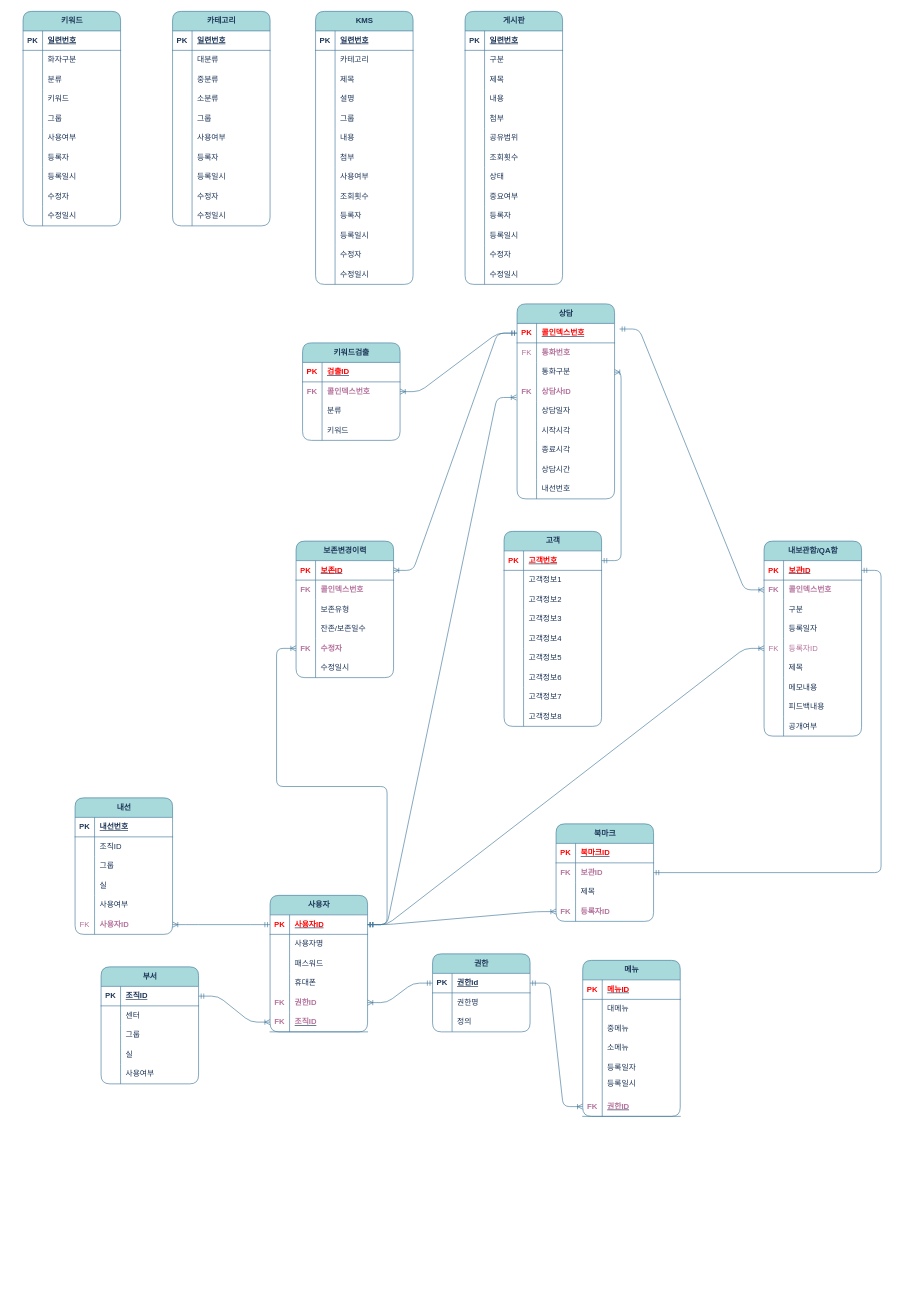
wishholic/ERD keeps this draw.io diagram as page "페이지-3" (3 of 3) of 제목 없는 다이어그램.drawio. Above is the earlier version. Source tidied: cells renumbered, new cells numbered last; positions are measured from the earlier drawing's top-left corner, leaving out a move shared by most shapes. Both pictures are drawn from the tidied source at 65%, with x=0, y=0 at pixel (23, 11).
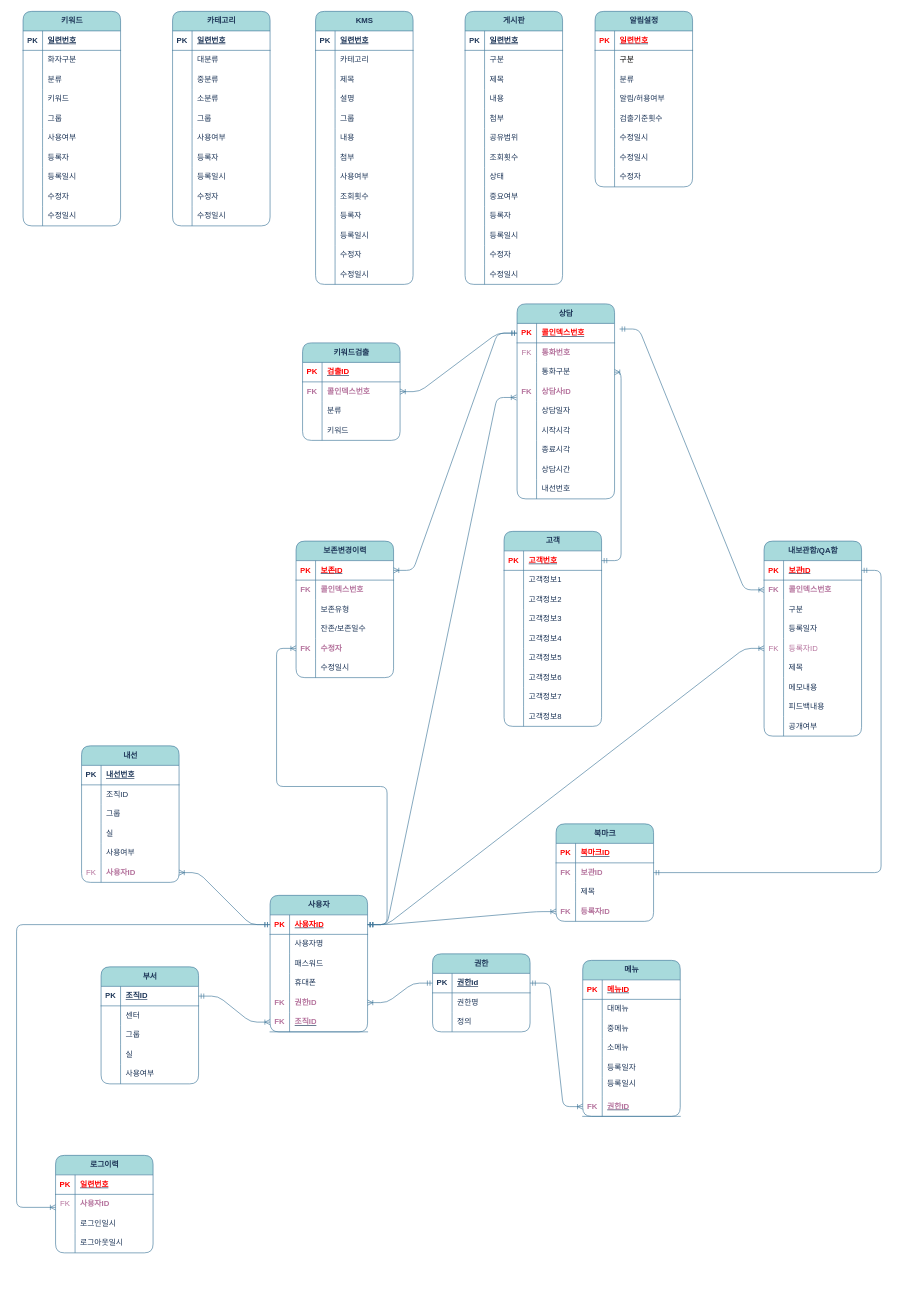
Above is the later version.

Commit message:
제목 없는 다이어그램.drawio 업데이트

Unchanged cells that the change refers to:
```xml
<mxCell id="13" style="shape=tableRow;horizontal=0;startSize=0;swimlaneHead=0;swimlaneBody=0;fillColor=none;points=[[0,0.5],[1,0.5]];portConstraint=eastwest;top=0;left=0;right=0;bottom=1;rounded=1;labelBackgroundColor=none;strokeColor=#457B9D;fontColor=#1D3557;" parent="12" vertex="1">
  <mxGeometry y="30" width="150" height="30" as="geometry" />
</mxCell>
<mxCell id="100" style="shape=tableRow;horizontal=0;startSize=0;swimlaneHead=0;swimlaneBody=0;fillColor=none;points=[[0,0.5],[1,0.5]];portConstraint=eastwest;top=0;left=0;right=0;bottom=0;rounded=1;labelBackgroundColor=none;strokeColor=#457B9D;fontColor=#1D3557;" parent="93" vertex="1">
  <mxGeometry y="90" width="150" height="30" as="geometry" />
</mxCell>
<mxCell id="202" style="shape=tableRow;horizontal=0;startSize=0;swimlaneHead=0;swimlaneBody=0;fillColor=none;points=[[0,0.5],[1,0.5]];portConstraint=eastwest;top=0;left=0;right=0;bottom=1;rounded=1;labelBackgroundColor=none;strokeColor=#457B9D;fontColor=#1D3557;" parent="201" vertex="1">
  <mxGeometry y="30" width="150" height="30" as="geometry" />
</mxCell>
```

The edit, as a diff of the source:
```diff
@@
     <mxCell id="49" value="내선" style="shape=table;startSize=30;childLayout=tableLayout;rowLines=0;fontStyle=1;align=center;html=1;fillColor=#A8DADC;strokeColor=#457B9D;rounded=1;labelBackgroundColor=none;fontColor=#1D3557;" parent="1" vertex="1">
-      <mxGeometry x="80" y="1210" width="150" height="210" as="geometry" />
+      <mxGeometry x="90" y="1130" width="150" height="210" as="geometry" />
     </mxCell>
@@
-    <mxCell id="230" style="edgeStyle=orthogonalEdgeStyle;fontSize=12;html=1;endArrow=ERoneToMany;startArrow=ERmandOne;rounded=1;strokeColor=#457B9D;fontColor=#1D3557;fillColor=#A8DADC;exitX=1;exitY=0.5;exitDx=0;exitDy=0;entryX=1;entryY=0.5;entryDx=0;entryDy=0;" parent="1" edge="1" source="202" target="100">
+    <mxCell id="230" style="edgeStyle=orthogonalEdgeStyle;fontSize=12;html=1;endArrow=ERoneToMany;startArrow=ERmandOne;rounded=1;strokeColor=#457B9D;fontColor=default;exitX=1;exitY=0.5;exitDx=0;exitDy=0;entryX=1;entryY=0.5;entryDx=0;entryDy=0;labelBackgroundColor=none;" parent="1" edge="1" source="202" target="100">
       <mxGeometry relative="1" as="geometry" />
     </mxCell>
@@
+    <mxCell id="373" value="알림설정" style="shape=table;startSize=30;childLayout=tableLayout;rowLines=0;fontStyle=1;align=center;html=1;fillColor=#A8DADC;strokeColor=#457B9D;rounded=1;labelBackgroundColor=none;fontColor=#1D3557;" parent="1" vertex="1">
+      <mxGeometry x="880" width="150" height="270" as="geometry" />
+    </mxCell>
+    <mxCell id="374" style="shape=tableRow;horizontal=0;startSize=0;swimlaneHead=0;swimlaneBody=0;fillColor=none;top=0;left=0;right=0;bottom=1;rounded=1;labelBackgroundColor=none;strokeColor=#457B9D;fontColor=#1D3557;" parent="373" vertex="1">
+      <mxGeometry y="30" width="150" height="30" as="geometry" />
+    </mxCell>
+    <mxCell id="375" value="&lt;font color=&quot;#ff0000&quot;&gt;PK&lt;/font&gt;" style="shape=partialRectangle;fillColor=none;top=0;left=0;bottom=0;right=0;fontStyle=1;overflow=hidden;whiteSpace=wrap;html=1;rounded=1;labelBackgroundColor=none;strokeColor=#457B9D;fontColor=#1D3557;" parent="374" vertex="1">
+      <mxGeometry width="30" height="30" as="geometry" />
+    </mxCell>
+    <mxCell id="376" value="&lt;font color=&quot;#ff0000&quot;&gt;일련번호&lt;/font&gt;" style="shape=partialRectangle;fillColor=none;top=0;left=0;bottom=0;right=0;align=left;spacingLeft=6;fontStyle=5;overflow=hidden;whiteSpace=wrap;html=1;rounded=1;labelBackgroundColor=none;strokeColor=#457B9D;fontColor=#1D3557;" parent="374" vertex="1">
+      <mxGeometry x="30" width="120" height="30" as="geometry" />
+    </mxCell>
+    <mxCell id="377" style="shape=tableRow;horizontal=0;startSize=0;swimlaneHead=0;swimlaneBody=0;fillColor=none;top=0;left=0;right=0;bottom=0;rounded=1;labelBackgroundColor=none;strokeColor=#457B9D;fontColor=#1D3557;" parent="373" vertex="1">
+      <mxGeometry y="60" width="150" height="30" as="geometry" />
+    </mxCell>
+    <mxCell id="378" style="shape=partialRectangle;fillColor=none;top=0;left=0;bottom=0;right=0;overflow=hidden;whiteSpace=wrap;html=1;rounded=1;labelBackgroundColor=none;strokeColor=#457B9D;fontColor=#1D3557;" parent="377" vertex="1">
+      <mxGeometry width="30" height="30" as="geometry" />
+    </mxCell>
+    <mxCell id="379" value="&lt;font style=&quot;&quot; color=&quot;#000000&quot;&gt;구분&lt;/font&gt;" style="shape=partialRectangle;fillColor=none;top=0;left=0;bottom=0;right=0;align=left;spacingLeft=6;overflow=hidden;whiteSpace=wrap;html=1;rounded=1;labelBackgroundColor=none;strokeColor=#457B9D;fontColor=#1D3557;" parent="377" vertex="1">
+      <mxGeometry x="30" width="120" height="30" as="geometry" />
+    </mxCell>
+    <mxCell id="380" style="shape=tableRow;horizontal=0;startSize=0;swimlaneHead=0;swimlaneBody=0;fillColor=none;top=0;left=0;right=0;bottom=0;rounded=1;labelBackgroundColor=none;strokeColor=#457B9D;fontColor=#1D3557;" parent="373" vertex="1">
+      <mxGeometry y="90" width="150" height="30" as="geometry" />
+    </mxCell>
+    <mxCell id="381" style="shape=partialRectangle;fillColor=none;top=0;left=0;bottom=0;right=0;overflow=hidden;whiteSpace=wrap;html=1;rounded=1;labelBackgroundColor=none;strokeColor=#457B9D;fontColor=#1D3557;" parent="380" vertex="1">
+      <mxGeometry width="30" height="30" as="geometry" />
+    </mxCell>
+    <mxCell id="382" value="분류" style="shape=partialRectangle;fillColor=none;top=0;left=0;bottom=0;right=0;align=left;spacingLeft=6;overflow=hidden;whiteSpace=wrap;html=1;rounded=1;labelBackgroundColor=none;strokeColor=#457B9D;fontColor=#1D3557;" parent="380" vertex="1">
+      <mxGeometry x="30" width="120" height="30" as="geometry" />
+    </mxCell>
+    <mxCell id="383" style="shape=tableRow;horizontal=0;startSize=0;swimlaneHead=0;swimlaneBody=0;fillColor=none;top=0;left=0;right=0;bottom=0;rounded=1;labelBackgroundColor=none;strokeColor=#457B9D;fontColor=#1D3557;" parent="373" vertex="1">
+      <mxGeometry y="120" width="150" height="30" as="geometry" />
+    </mxCell>
+    <mxCell id="384" style="shape=partialRectangle;fillColor=none;top=0;left=0;bottom=0;right=0;overflow=hidden;whiteSpace=wrap;html=1;rounded=1;labelBackgroundColor=none;strokeColor=#457B9D;fontColor=#1D3557;" parent="383" vertex="1">
+      <mxGeometry width="30" height="30" as="geometry" />
+    </mxCell>
+    <mxCell id="385" value="알림/허용여부" style="shape=partialRectangle;fillColor=none;top=0;left=0;bottom=0;right=0;align=left;spacingLeft=6;overflow=hidden;whiteSpace=wrap;html=1;rounded=1;labelBackgroundColor=none;strokeColor=#457B9D;fontColor=#1D3557;" parent="383" vertex="1">
+      <mxGeometry x="30" width="120" height="30" as="geometry" />
+    </mxCell>
+    <mxCell id="386" style="shape=tableRow;horizontal=0;startSize=0;swimlaneHead=0;swimlaneBody=0;fillColor=none;top=0;left=0;right=0;bottom=0;rounded=1;labelBackgroundColor=none;strokeColor=#457B9D;fontColor=#1D3557;" parent="373" vertex="1">
+      <mxGeometry y="150" width="150" height="30" as="geometry" />
+    </mxCell>
+    <mxCell id="387" style="shape=partialRectangle;fillColor=none;top=0;left=0;bottom=0;right=0;overflow=hidden;whiteSpace=wrap;html=1;rounded=1;labelBackgroundColor=none;strokeColor=#457B9D;fontColor=#1D3557;" parent="386" vertex="1">
+      <mxGeometry width="30" height="30" as="geometry" />
+    </mxCell>
+    <mxCell id="388" value="검출기준횟수" style="shape=partialRectangle;fillColor=none;top=0;left=0;bottom=0;right=0;align=left;spacingLeft=6;overflow=hidden;whiteSpace=wrap;html=1;rounded=1;labelBackgroundColor=none;strokeColor=#457B9D;fontColor=#1D3557;" parent="386" vertex="1">
+      <mxGeometry x="30" width="120" height="30" as="geometry" />
+    </mxCell>
+    <mxCell id="389" style="shape=tableRow;horizontal=0;startSize=0;swimlaneHead=0;swimlaneBody=0;fillColor=none;top=0;left=0;right=0;bottom=0;rounded=1;labelBackgroundColor=none;strokeColor=#457B9D;fontColor=#1D3557;" parent="373" vertex="1">
+      <mxGeometry y="180" width="150" height="30" as="geometry" />
+    </mxCell>
+    <mxCell id="390" style="shape=partialRectangle;fillColor=none;top=0;left=0;bottom=0;right=0;overflow=hidden;whiteSpace=wrap;html=1;rounded=1;labelBackgroundColor=none;strokeColor=#457B9D;fontColor=#1D3557;" parent="389" vertex="1">
+      <mxGeometry width="30" height="30" as="geometry" />
+    </mxCell>
+    <mxCell id="391" value="수정일시" style="shape=partialRectangle;fillColor=none;top=0;left=0;bottom=0;right=0;align=left;spacingLeft=6;overflow=hidden;whiteSpace=wrap;html=1;rounded=1;labelBackgroundColor=none;strokeColor=#457B9D;fontColor=#1D3557;" parent="389" vertex="1">
+      <mxGeometry x="30" width="120" height="30" as="geometry" />
+    </mxCell>
+    <mxCell id="392" style="shape=tableRow;horizontal=0;startSize=0;swimlaneHead=0;swimlaneBody=0;fillColor=none;top=0;left=0;right=0;bottom=0;rounded=1;labelBackgroundColor=none;strokeColor=#457B9D;fontColor=#1D3557;" parent="373" vertex="1">
+      <mxGeometry y="210" width="150" height="30" as="geometry" />
+    </mxCell>
+    <mxCell id="393" style="shape=partialRectangle;fillColor=none;top=0;left=0;bottom=0;right=0;overflow=hidden;whiteSpace=wrap;html=1;rounded=1;labelBackgroundColor=none;strokeColor=#457B9D;fontColor=#1D3557;" parent="392" vertex="1">
+      <mxGeometry width="30" height="30" as="geometry" />
+    </mxCell>
+    <mxCell id="394" value="수정일시" style="shape=partialRectangle;fillColor=none;top=0;left=0;bottom=0;right=0;align=left;spacingLeft=6;overflow=hidden;whiteSpace=wrap;html=1;rounded=1;labelBackgroundColor=none;strokeColor=#457B9D;fontColor=#1D3557;" parent="392" vertex="1">
+      <mxGeometry x="30" width="120" height="30" as="geometry" />
+    </mxCell>
+    <mxCell id="395" style="shape=tableRow;horizontal=0;startSize=0;swimlaneHead=0;swimlaneBody=0;fillColor=none;top=0;left=0;right=0;bottom=0;rounded=1;labelBackgroundColor=none;strokeColor=#457B9D;fontColor=#1D3557;" parent="373" vertex="1">
+      <mxGeometry y="240" width="150" height="30" as="geometry" />
+    </mxCell>
+    <mxCell id="396" style="shape=partialRectangle;fillColor=none;top=0;left=0;bottom=0;right=0;overflow=hidden;whiteSpace=wrap;html=1;rounded=1;labelBackgroundColor=none;strokeColor=#457B9D;fontColor=#1D3557;" parent="395" vertex="1">
+      <mxGeometry width="30" height="30" as="geometry" />
+    </mxCell>
+    <mxCell id="397" value="수정자" style="shape=partialRectangle;fillColor=none;top=0;left=0;bottom=0;right=0;align=left;spacingLeft=6;overflow=hidden;whiteSpace=wrap;html=1;rounded=1;labelBackgroundColor=none;strokeColor=#457B9D;fontColor=#1D3557;" parent="395" vertex="1">
+      <mxGeometry x="30" width="120" height="30" as="geometry" />
+    </mxCell>
+    <mxCell id="398" value="로그이력" style="shape=table;startSize=30;childLayout=tableLayout;rowLines=0;fontStyle=1;align=center;html=1;fillColor=#A8DADC;strokeColor=#457B9D;rounded=1;labelBackgroundColor=none;fontColor=#1D3557;" parent="1" vertex="1">
+      <mxGeometry x="50" y="1760" width="150" height="150" as="geometry" />
+    </mxCell>
+    <mxCell id="399" style="shape=tableRow;horizontal=0;startSize=0;swimlaneHead=0;swimlaneBody=0;fillColor=none;top=0;left=0;right=0;bottom=1;rounded=1;labelBackgroundColor=none;strokeColor=#457B9D;fontColor=#1D3557;" parent="398" vertex="1">
+      <mxGeometry y="30" width="150" height="30" as="geometry" />
+    </mxCell>
+    <mxCell id="400" value="&lt;font color=&quot;#ff0000&quot;&gt;PK&lt;/font&gt;" style="shape=partialRectangle;fillColor=none;top=0;left=0;bottom=0;right=0;fontStyle=1;overflow=hidden;whiteSpace=wrap;html=1;rounded=1;labelBackgroundColor=none;strokeColor=#457B9D;fontColor=#1D3557;" parent="399" vertex="1">
+      <mxGeometry width="30" height="30" as="geometry" />
+    </mxCell>
+    <mxCell id="401" value="&lt;font color=&quot;#ff0000&quot;&gt;일련번호&lt;/font&gt;" style="shape=partialRectangle;fillColor=none;top=0;left=0;bottom=0;right=0;align=left;spacingLeft=6;fontStyle=5;overflow=hidden;whiteSpace=wrap;html=1;rounded=1;labelBackgroundColor=none;strokeColor=#457B9D;fontColor=#1D3557;" parent="399" vertex="1">
+      <mxGeometry x="30" width="120" height="30" as="geometry" />
+    </mxCell>
+    <mxCell id="402" style="shape=tableRow;horizontal=0;startSize=0;swimlaneHead=0;swimlaneBody=0;fillColor=none;points=[[0,0.5],[1,0.5]];portConstraint=eastwest;top=0;left=0;right=0;bottom=0;rounded=1;labelBackgroundColor=none;strokeColor=#457B9D;fontColor=#1D3557;" parent="398" vertex="1">
+      <mxGeometry y="60" width="150" height="30" as="geometry" />
+    </mxCell>
+    <mxCell id="403" value="&lt;font color=&quot;#b5739d&quot;&gt;FK&lt;/font&gt;" style="shape=partialRectangle;fillColor=none;top=0;left=0;bottom=0;right=0;overflow=hidden;whiteSpace=wrap;html=1;rounded=1;labelBackgroundColor=none;strokeColor=#457B9D;fontColor=#1D3557;" parent="402" vertex="1">
+      <mxGeometry width="30" height="30" as="geometry" />
+    </mxCell>
+    <mxCell id="404" value="&lt;b&gt;&lt;font color=&quot;#b5739d&quot;&gt;사용자ID&lt;/font&gt;&lt;/b&gt;" style="shape=partialRectangle;fillColor=none;top=0;left=0;bottom=0;right=0;align=left;spacingLeft=6;overflow=hidden;whiteSpace=wrap;html=1;rounded=1;labelBackgroundColor=none;strokeColor=#457B9D;fontColor=#1D3557;" parent="402" vertex="1">
+      <mxGeometry x="30" width="120" height="30" as="geometry" />
+    </mxCell>
+    <mxCell id="405" style="shape=tableRow;horizontal=0;startSize=0;swimlaneHead=0;swimlaneBody=0;fillColor=none;top=0;left=0;right=0;bottom=0;rounded=1;labelBackgroundColor=none;strokeColor=#457B9D;fontColor=#1D3557;" parent="398" vertex="1">
+      <mxGeometry y="90" width="150" height="30" as="geometry" />
+    </mxCell>
+    <mxCell id="406" style="shape=partialRectangle;fillColor=none;top=0;left=0;bottom=0;right=0;overflow=hidden;whiteSpace=wrap;html=1;rounded=1;labelBackgroundColor=none;strokeColor=#457B9D;fontColor=#1D3557;" parent="405" vertex="1">
+      <mxGeometry width="30" height="30" as="geometry" />
+    </mxCell>
+    <mxCell id="407" value="로그인일시" style="shape=partialRectangle;fillColor=none;top=0;left=0;bottom=0;right=0;align=left;spacingLeft=6;overflow=hidden;whiteSpace=wrap;html=1;rounded=1;labelBackgroundColor=none;strokeColor=#457B9D;fontColor=#1D3557;" parent="405" vertex="1">
+      <mxGeometry x="30" width="120" height="30" as="geometry" />
+    </mxCell>
+    <mxCell id="408" style="shape=tableRow;horizontal=0;startSize=0;swimlaneHead=0;swimlaneBody=0;fillColor=none;top=0;left=0;right=0;bottom=0;rounded=1;labelBackgroundColor=none;strokeColor=#457B9D;fontColor=#1D3557;" parent="398" vertex="1">
+      <mxGeometry y="120" width="150" height="30" as="geometry" />
+    </mxCell>
+    <mxCell id="409" style="shape=partialRectangle;fillColor=none;top=0;left=0;bottom=0;right=0;overflow=hidden;whiteSpace=wrap;html=1;rounded=1;labelBackgroundColor=none;strokeColor=#457B9D;fontColor=#1D3557;" parent="408" vertex="1">
+      <mxGeometry width="30" height="30" as="geometry" />
+    </mxCell>
+    <mxCell id="410" value="로그아웃일시" style="shape=partialRectangle;fillColor=none;top=0;left=0;bottom=0;right=0;align=left;spacingLeft=6;overflow=hidden;whiteSpace=wrap;html=1;rounded=1;labelBackgroundColor=none;strokeColor=#457B9D;fontColor=#1D3557;" parent="408" vertex="1">
+      <mxGeometry x="30" width="120" height="30" as="geometry" />
+    </mxCell>
+    <mxCell id="411" style="edgeStyle=orthogonalEdgeStyle;fontSize=12;html=1;endArrow=ERoneToMany;startArrow=ERmandOne;rounded=1;exitX=0;exitY=0.5;exitDx=0;exitDy=0;curved=0;labelBackgroundColor=none;strokeColor=#457B9D;fontColor=default;" parent="1" edge="1" source="13" target="402">
+      <mxGeometry relative="1" as="geometry">
+        <Array as="points">
+          <mxPoint x="-10" y="1405" />
+          <mxPoint x="-10" y="1840" />
+        </Array>
+      </mxGeometry>
+    </mxCell>
```
